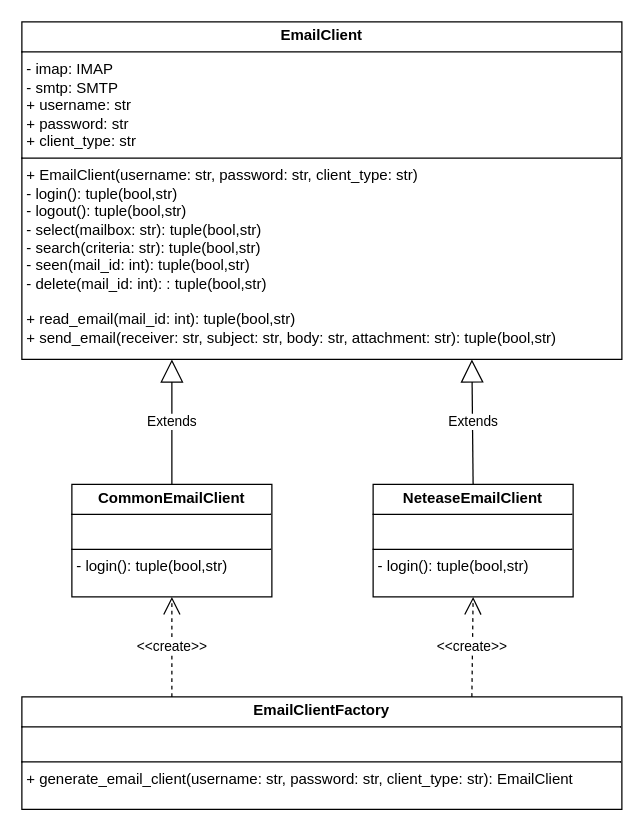
Above: UMLs/UML.drawio in linsuiyuan/email-client (draw.io), before the change. Source tidied: cells renumbered, new cells numbered last; positions are measured from the earlier drawing's top-left corner, leaving out a move shared by most shapes. Both pictures are drawn from the tidied source at 125%, with x=0, y=0 at pixel (21, 21).
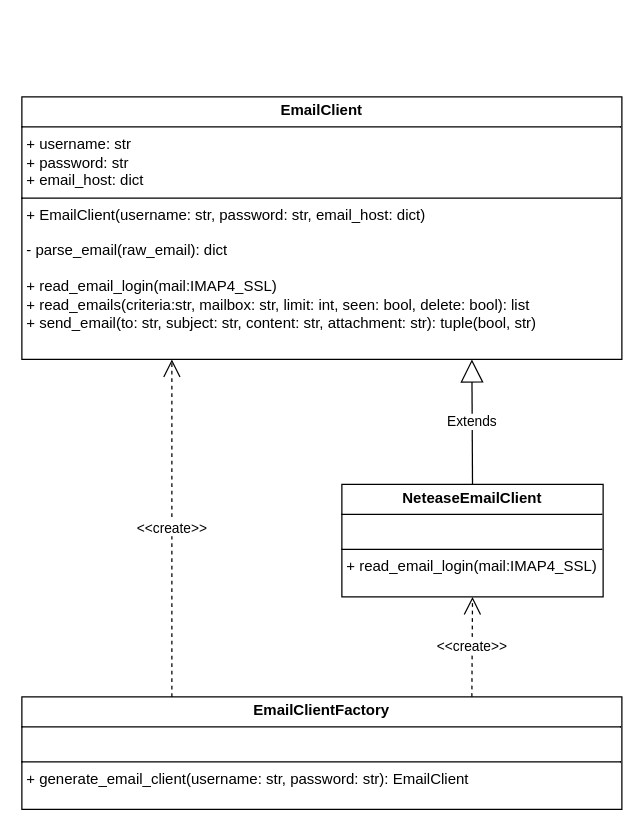
After the change.

Commit message (it also covers changes not shown here):
修改UML类结构图

Diff of the diagram source:
```diff
@@
 <mxGraphModel>
   <root>
     <mxCell id="0" />
     <mxCell id="1" parent="0" />
-    <mxCell id="2" value="&lt;p style=&quot;margin:0px;margin-top:4px;text-align:center;&quot;&gt;&lt;b&gt;EmailClient&lt;/b&gt;&lt;/p&gt;&lt;hr size=&quot;1&quot; style=&quot;border-style:solid;&quot;&gt;&lt;p style=&quot;margin:0px;margin-left:4px;&quot;&gt;- imap: IMAP&lt;/p&gt;&lt;p style=&quot;margin:0px;margin-left:4px;&quot;&gt;- smtp: SMTP&lt;/p&gt;&lt;p style=&quot;margin:0px;margin-left:4px;&quot;&gt;+&amp;nbsp;&lt;span style=&quot;background-color: initial;&quot;&gt;username: str&lt;/span&gt;&lt;/p&gt;&lt;p style=&quot;margin:0px;margin-left:4px;&quot;&gt;&lt;span style=&quot;background-color: initial;&quot;&gt;+ password: str&lt;/span&gt;&lt;/p&gt;&lt;p style=&quot;margin:0px;margin-left:4px;&quot;&gt;&lt;span style=&quot;background-color: initial;&quot;&gt;+ client_type: str&lt;/span&gt;&lt;/p&gt;&lt;hr size=&quot;1&quot; style=&quot;border-style:solid;&quot;&gt;&lt;p style=&quot;margin:0px;margin-left:4px;&quot;&gt;+ EmailClient(username: str, password: str, client_type: str)&lt;/p&gt;&lt;p style=&quot;margin:0px;margin-left:4px;&quot;&gt;- login(): tuple(&lt;span style=&quot;background-color: initial;&quot;&gt;bool,str&lt;/span&gt;&lt;span style=&quot;background-color: initial;&quot;&gt;)&lt;/span&gt;&lt;/p&gt;&lt;p style=&quot;margin:0px;margin-left:4px;&quot;&gt;- logout():&amp;nbsp;&lt;span style=&quot;background-color: initial;&quot;&gt;tuple(&lt;/span&gt;&lt;span style=&quot;background-color: initial;&quot;&gt;bool,str&lt;/span&gt;&lt;span style=&quot;background-color: initial;&quot;&gt;)&lt;/span&gt;&lt;/p&gt;&lt;p style=&quot;margin:0px;margin-left:4px;&quot;&gt;&lt;span style=&quot;background-color: initial;&quot;&gt;- select(mailbox: str)&lt;/span&gt;&lt;span style=&quot;background-color: initial;&quot;&gt;:&amp;nbsp;&lt;/span&gt;&lt;span style=&quot;background-color: initial;&quot;&gt;tuple(&lt;/span&gt;&lt;span style=&quot;background-color: initial;&quot;&gt;bool,str&lt;/span&gt;&lt;span style=&quot;background-color: initial;&quot;&gt;)&lt;/span&gt;&lt;/p&gt;&lt;p style=&quot;margin:0px;margin-left:4px;&quot;&gt;&lt;span style=&quot;background-color: initial;&quot;&gt;- search(criteria: str): tuple(bool,str)&lt;/span&gt;&lt;/p&gt;&lt;p style=&quot;margin:0px;margin-left:4px;&quot;&gt;&lt;span style=&quot;background-color: initial;&quot;&gt;- seen(mail_id: int)&lt;/span&gt;&lt;span style=&quot;background-color: initial;&quot;&gt;:&amp;nbsp;&lt;/span&gt;&lt;span style=&quot;background-color: initial;&quot;&gt;tuple(&lt;/span&gt;&lt;span style=&quot;background-color: initial;&quot;&gt;bool,str&lt;/span&gt;&lt;span style=&quot;background-color: initial;&quot;&gt;)&lt;/span&gt;&lt;/p&gt;&lt;p style=&quot;margin:0px;margin-left:4px;&quot;&gt;&lt;span style=&quot;background-color: initial;&quot;&gt;- delete(mail_id: int):&amp;nbsp;&lt;/span&gt;&lt;span style=&quot;background-color: initial;&quot;&gt;:&amp;nbsp;&lt;/span&gt;&lt;span style=&quot;background-color: initial;&quot;&gt;tuple(&lt;/span&gt;&lt;span style=&quot;background-color: initial;&quot;&gt;bool,str&lt;/span&gt;&lt;span style=&quot;background-color: initial;&quot;&gt;)&lt;/span&gt;&lt;/p&gt;&lt;p style=&quot;margin:0px;margin-left:4px;&quot;&gt;&lt;span style=&quot;background-color: initial;&quot;&gt;&lt;br&gt;&lt;/span&gt;&lt;/p&gt;&lt;p style=&quot;margin:0px;margin-left:4px;&quot;&gt;+ read_email(mail_id: int):&amp;nbsp;&lt;span style=&quot;background-color: initial;&quot;&gt;tuple(&lt;/span&gt;&lt;span style=&quot;background-color: initial;&quot;&gt;bool,str&lt;/span&gt;&lt;span style=&quot;background-color: initial;&quot;&gt;)&lt;/span&gt;&lt;/p&gt;&lt;p style=&quot;margin:0px;margin-left:4px;&quot;&gt;+ send_email(receiver: str, subject: str, body: str, attachment: str):&amp;nbsp;&lt;span style=&quot;background-color: initial;&quot;&gt;tuple(&lt;/span&gt;&lt;span style=&quot;background-color: initial;&quot;&gt;bool,str&lt;/span&gt;&lt;span style=&quot;background-color: initial;&quot;&gt;)&lt;/span&gt;&lt;/p&gt;" style="verticalAlign=top;align=left;overflow=fill;html=1;whiteSpace=wrap;" parent="1" vertex="1">
-      <mxGeometry width="480" height="270" as="geometry" />
+    <mxCell id="2" value="&lt;p style=&quot;margin:0px;margin-top:4px;text-align:center;&quot;&gt;&lt;b&gt;EmailClient&lt;/b&gt;&lt;/p&gt;&lt;hr size=&quot;1&quot; style=&quot;border-style:solid;&quot;&gt;&lt;p style=&quot;margin:0px;margin-left:4px;&quot;&gt;&lt;span style=&quot;background-color: initial;&quot;&gt;+&amp;nbsp;&lt;/span&gt;&lt;span style=&quot;background-color: initial;&quot;&gt;username: str&lt;/span&gt;&lt;br&gt;&lt;/p&gt;&lt;p style=&quot;margin:0px;margin-left:4px;&quot;&gt;&lt;span style=&quot;background-color: initial;&quot;&gt;+ password: str&lt;/span&gt;&lt;/p&gt;&lt;p style=&quot;margin:0px;margin-left:4px;&quot;&gt;&lt;span style=&quot;background-color: initial;&quot;&gt;+ email_host: dict&lt;/span&gt;&lt;/p&gt;&lt;hr size=&quot;1&quot; style=&quot;border-style:solid;&quot;&gt;&lt;p style=&quot;margin:0px;margin-left:4px;&quot;&gt;+ EmailClient(username: str, password: str, email_host: dict)&lt;/p&gt;&lt;p style=&quot;margin:0px;margin-left:4px;&quot;&gt;&lt;br&gt;&lt;/p&gt;&lt;p style=&quot;margin:0px;margin-left:4px;&quot;&gt;&lt;span style=&quot;background-color: initial;&quot;&gt;- parse_email(raw_email): dict&lt;/span&gt;&lt;/p&gt;&lt;p style=&quot;margin:0px;margin-left:4px;&quot;&gt;&lt;span style=&quot;background-color: initial;&quot;&gt;&lt;br&gt;&lt;/span&gt;&lt;/p&gt;&lt;p style=&quot;margin:0px;margin-left:4px;&quot;&gt;&lt;span style=&quot;background-color: initial;&quot;&gt;+ read_email_login(mail:IMAP4_SSL)&lt;/span&gt;&lt;/p&gt;&lt;p style=&quot;margin:0px;margin-left:4px;&quot;&gt;+ read_emails(criteria:str, mailbox: str, limit: int, seen: bool, delete: bool): list&lt;/p&gt;&lt;p style=&quot;margin:0px;margin-left:4px;&quot;&gt;+ send_email(to: str, subject: str, content: str, attachment: str):&amp;nbsp;&lt;span style=&quot;background-color: initial;&quot;&gt;tuple(&lt;/span&gt;&lt;span style=&quot;background-color: initial;&quot;&gt;bool, str&lt;/span&gt;&lt;span style=&quot;background-color: initial;&quot;&gt;)&lt;/span&gt;&lt;/p&gt;" style="verticalAlign=top;align=left;overflow=fill;html=1;whiteSpace=wrap;" parent="1" vertex="1">
+      <mxGeometry y="60" width="480" height="210" as="geometry" />
     </mxCell>
-    <mxCell id="3" value="&lt;p style=&quot;margin:0px;margin-top:4px;text-align:center;&quot;&gt;&lt;b&gt;EmailClientFactory&lt;/b&gt;&lt;/p&gt;&lt;hr size=&quot;1&quot; style=&quot;border-style:solid;&quot;&gt;&lt;p style=&quot;margin:0px;margin-left:4px;&quot;&gt;&lt;br&gt;&lt;/p&gt;&lt;hr size=&quot;1&quot; style=&quot;border-style:solid;&quot;&gt;&lt;p style=&quot;margin:0px;margin-left:4px;&quot;&gt;+ generate_email_client(username: str, password: str, client_type: str): EmailClient&lt;/p&gt;" style="verticalAlign=top;align=left;overflow=fill;html=1;whiteSpace=wrap;points=[[0,0,0,0,0],[0,0.25,0,0,0],[0,0.5,0,0,0],[0,0.75,0,0,0],[0,1,0,0,0],[0.25,0,0,0,0],[0.25,1,0,0,0],[0.5,0,0,0,0],[0.5,1,0,0,0],[0.75,0,0,0,0],[0.75,1,0,0,0],[1,0,0,0,0],[1,0.25,0,0,0],[1,0.5,0,0,0],[1,0.75,0,0,0],[1,1,0,0,0]];" parent="1" vertex="1">
+    <mxCell id="3" value="&lt;p style=&quot;margin:0px;margin-top:4px;text-align:center;&quot;&gt;&lt;b&gt;EmailClientFactory&lt;/b&gt;&lt;/p&gt;&lt;hr size=&quot;1&quot; style=&quot;border-style:solid;&quot;&gt;&lt;p style=&quot;margin:0px;margin-left:4px;&quot;&gt;&lt;br&gt;&lt;/p&gt;&lt;hr size=&quot;1&quot; style=&quot;border-style:solid;&quot;&gt;&lt;p style=&quot;margin:0px;margin-left:4px;&quot;&gt;+ generate_email_client(username: str, password: str): EmailClient&lt;/p&gt;" style="verticalAlign=top;align=left;overflow=fill;html=1;whiteSpace=wrap;points=[[0,0,0,0,0],[0,0.25,0,0,0],[0,0.5,0,0,0],[0,0.75,0,0,0],[0,1,0,0,0],[0.25,0,0,0,0],[0.25,1,0,0,0],[0.5,0,0,0,0],[0.5,1,0,0,0],[0.75,0,0,0,0],[0.75,1,0,0,0],[1,0,0,0,0],[1,0.25,0,0,0],[1,0.5,0,0,0],[1,0.75,0,0,0],[1,1,0,0,0]];" parent="1" vertex="1">
       <mxGeometry y="540" width="480" height="90" as="geometry" />
     </mxCell>
-    <mxCell id="4" value="Extends" style="endArrow=block;endSize=16;endFill=0;html=1;rounded=0;entryX=0.25;entryY=1;entryDx=0;entryDy=0;exitX=0.5;exitY=0;exitDx=0;exitDy=0;" parent="1" edge="1" source="6" target="2">
-      <mxGeometry relative="1" as="geometry" />
-    </mxCell>
     <mxCell id="5" value="Extends" style="endArrow=block;endSize=16;endFill=0;html=1;rounded=0;exitX=0.5;exitY=0;exitDx=0;exitDy=0;entryX=0.75;entryY=1;entryDx=0;entryDy=0;" parent="1" edge="1" source="7" target="2">
       <mxGeometry relative="1" as="geometry" />
     </mxCell>
-    <mxCell id="6" value="&lt;p style=&quot;margin:0px;margin-top:4px;text-align:center;&quot;&gt;&lt;span style=&quot;font-weight: 700;&quot;&gt;CommonEmailClient&lt;/span&gt;&lt;br&gt;&lt;/p&gt;&lt;hr size=&quot;1&quot; style=&quot;border-style:solid;&quot;&gt;&lt;p style=&quot;margin:0px;margin-left:4px;&quot;&gt;&lt;br&gt;&lt;/p&gt;&lt;hr size=&quot;1&quot; style=&quot;border-style:solid;&quot;&gt;&lt;p style=&quot;margin:0px;margin-left:4px;&quot;&gt;- login(): tuple(&lt;span style=&quot;background-color: initial;&quot;&gt;bool,str&lt;/span&gt;&lt;span style=&quot;background-color: initial;&quot;&gt;)&lt;/span&gt;&lt;br&gt;&lt;/p&gt;" style="verticalAlign=top;align=left;overflow=fill;html=1;whiteSpace=wrap;" parent="1" vertex="1">
-      <mxGeometry x="40" y="370" width="160" height="90" as="geometry" />
-    </mxCell>
-    <mxCell id="7" value="&lt;p style=&quot;margin:0px;margin-top:4px;text-align:center;&quot;&gt;&lt;span style=&quot;font-weight: 700;&quot;&gt;NeteaseEmailClient&lt;/span&gt;&lt;br&gt;&lt;/p&gt;&lt;hr size=&quot;1&quot; style=&quot;border-style:solid;&quot;&gt;&lt;p style=&quot;margin:0px;margin-left:4px;&quot;&gt;&lt;br&gt;&lt;/p&gt;&lt;hr size=&quot;1&quot; style=&quot;border-style:solid;&quot;&gt;&lt;p style=&quot;margin:0px;margin-left:4px;&quot;&gt;- login(): tuple(&lt;span style=&quot;background-color: initial;&quot;&gt;bool,str&lt;/span&gt;&lt;span style=&quot;background-color: initial;&quot;&gt;)&lt;/span&gt;&lt;br&gt;&lt;/p&gt;" style="verticalAlign=top;align=left;overflow=fill;html=1;whiteSpace=wrap;points=[[0,0,0,0,0],[0,0.25,0,0,0],[0,0.5,0,0,0],[0,0.75,0,0,0],[0,1,0,0,0],[0.25,0,0,0,0],[0.25,1,0,0,0],[0.5,0,0,0,0],[0.5,1,0,0,0],[0.75,0,0,0,0],[0.75,1,0,0,0],[1,0,0,0,0],[1,0.25,0,0,0],[1,0.5,0,0,0],[1,0.75,0,0,0],[1,1,0,0,0]];" parent="1" vertex="1">
-      <mxGeometry x="281" y="370" width="160" height="90" as="geometry" />
+    <mxCell id="7" value="&lt;p style=&quot;margin:0px;margin-top:4px;text-align:center;&quot;&gt;&lt;span style=&quot;font-weight: 700;&quot;&gt;NeteaseEmailClient&lt;/span&gt;&lt;br&gt;&lt;/p&gt;&lt;hr size=&quot;1&quot; style=&quot;border-style:solid;&quot;&gt;&lt;p style=&quot;margin:0px;margin-left:4px;&quot;&gt;&lt;br&gt;&lt;/p&gt;&lt;hr size=&quot;1&quot; style=&quot;border-style:solid;&quot;&gt;&lt;p style=&quot;margin:0px;margin-left:4px;&quot;&gt;+ read_email_login(mail:IMAP4_SSL)&lt;br&gt;&lt;/p&gt;" style="verticalAlign=top;align=left;overflow=fill;html=1;whiteSpace=wrap;points=[[0,0,0,0,0],[0,0.25,0,0,0],[0,0.5,0,0,0],[0,0.75,0,0,0],[0,1,0,0,0],[0.25,0,0,0,0],[0.25,1,0,0,0],[0.5,0,0,0,0],[0.5,1,0,0,0],[0.75,0,0,0,0],[0.75,1,0,0,0],[1,0,0,0,0],[1,0.25,0,0,0],[1,0.5,0,0,0],[1,0.75,0,0,0],[1,1,0,0,0]];" parent="1" vertex="1">
+      <mxGeometry x="256" y="370" width="209" height="90" as="geometry" />
     </mxCell>
-    <mxCell id="8" value="&amp;lt;&amp;lt;create&amp;gt;&amp;gt;" style="endArrow=open;endSize=12;dashed=1;html=1;rounded=0;entryX=0.5;entryY=1;entryDx=0;entryDy=0;exitX=0.25;exitY=0;exitDx=0;exitDy=0;exitPerimeter=0;" parent="1" edge="1" source="3" target="6">
+    <mxCell id="8" value="&amp;lt;&amp;lt;create&amp;gt;&amp;gt;" style="endArrow=open;endSize=12;dashed=1;html=1;rounded=0;entryX=0.25;entryY=1;entryDx=0;entryDy=0;exitX=0.25;exitY=0;exitDx=0;exitDy=0;exitPerimeter=0;" parent="1" edge="1" source="3" target="2">
       <mxGeometry relative="1" as="geometry" />
     </mxCell>
     <mxCell id="9" value="&amp;lt;&amp;lt;create&amp;gt;&amp;gt;" style="endArrow=open;endSize=12;dashed=1;html=1;rounded=0;entryX=0.5;entryY=1;entryDx=0;entryDy=0;exitX=0.75;exitY=0;exitDx=0;exitDy=0;exitPerimeter=0;" parent="1" edge="1" source="3" target="7">
       <mxGeometry relative="1" as="geometry" />
     </mxCell>
   </root>
 </mxGraphModel>
```
